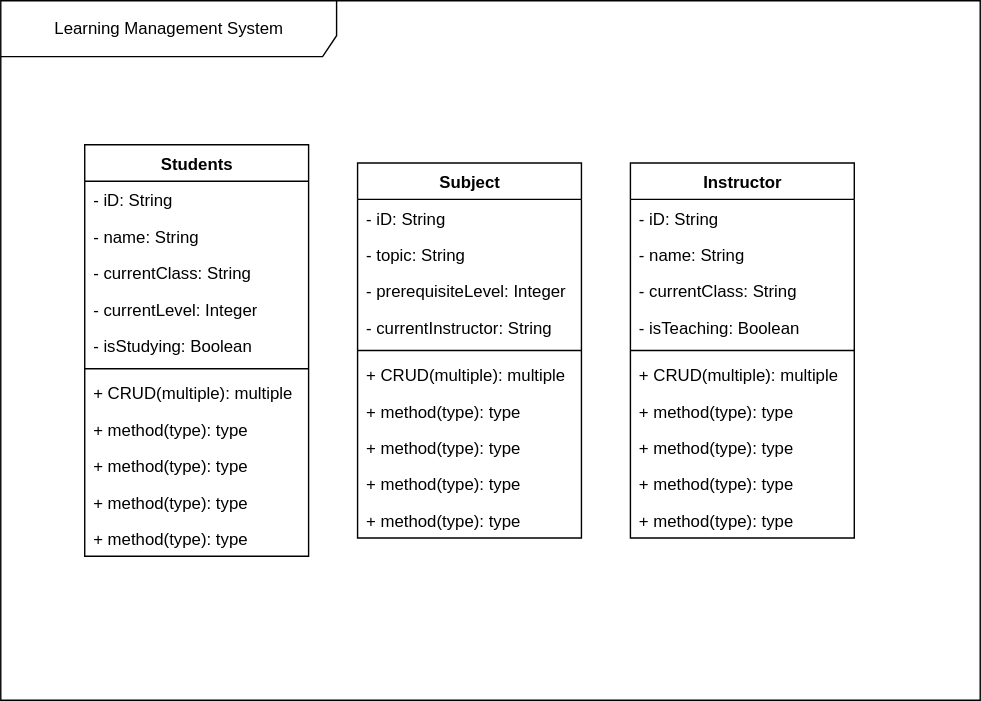
Earlier version of the draw.io export LMS.svg (Abdullah-Alwael/SpringBootLab7). Source tidied: cells renumbered, new cells last; positions are measured from the earlier drawing's top-left corner, leaving out a move shared by most shapes.
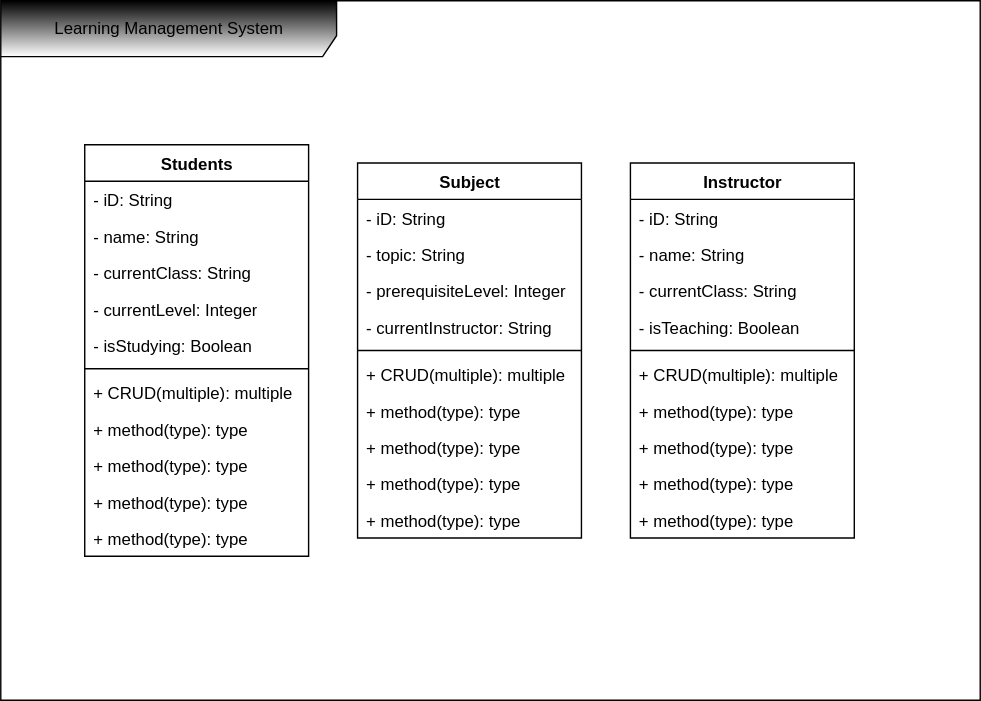
After the change.

Commit message:
Updating UML diagram

The edit, as a diff of the source:
```diff
@@ -2,7 +2,7 @@
   <root>
     <mxCell id="0" />
     <mxCell id="1" parent="0" />
-    <mxCell id="2" value="Learning Management System" style="shape=umlFrame;whiteSpace=wrap;html=1;width=240;height=40;" parent="1" vertex="1">
+    <mxCell id="2" value="Learning Management System" style="shape=umlFrame;whiteSpace=wrap;html=1;width=240;height=40;gradientColor=default;swimlaneFillColor=default;gradientDirection=north;fillColor=default;strokeColor=default;shadow=0;" parent="1" vertex="1">
       <mxGeometry width="700" height="500" as="geometry" />
     </mxCell>
     <mxCell id="3" value="Subject" style="swimlane;fontStyle=1;align=center;verticalAlign=top;horizontal=1;startSize=26;whiteSpace=wrap;html=1;" parent="1" vertex="1">
```
